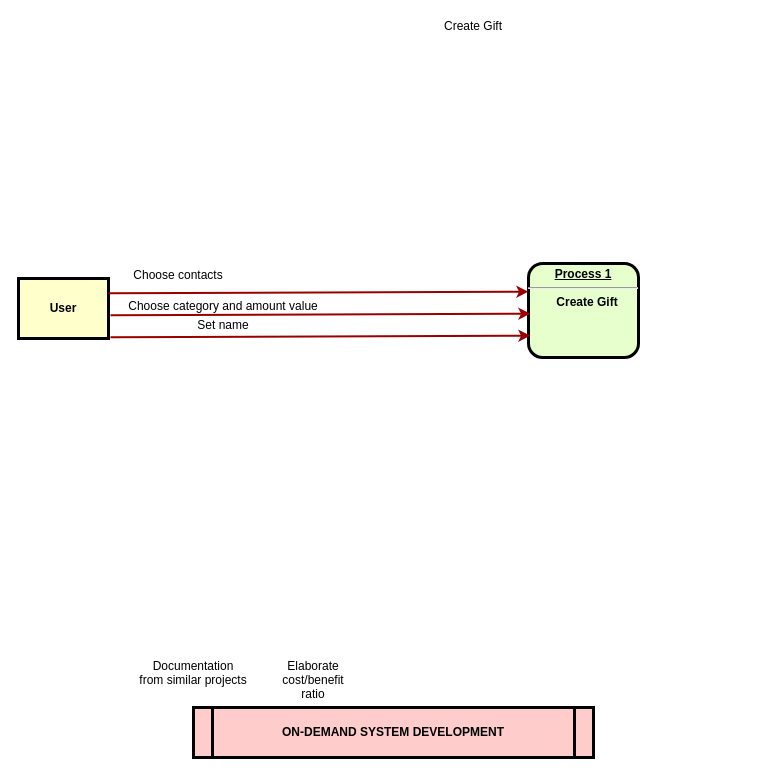
doaa517/Diagrams keeps this draw.io diagram as Untitled Diagram.drawio. Above is the earlier version. Source tidied: cells renumbered, new cells numbered last; positions are measured from the earlier drawing's top-left corner, leaving out a move shared by most shapes. Both pictures are drawn from the tidied source at 100%, with x=0, y=0 at pixel (18, 17).
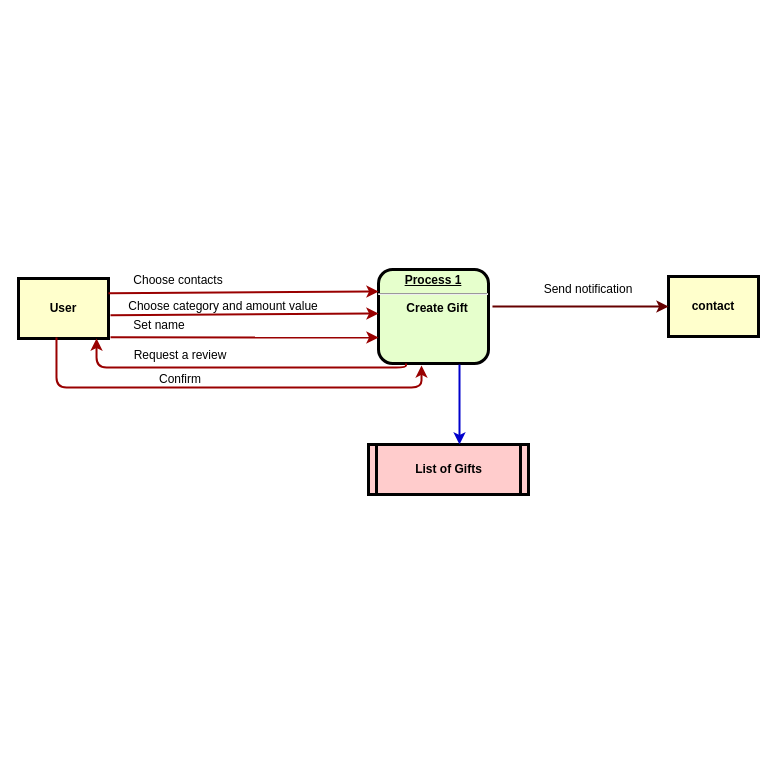
The same diagram, later.

Commit message:
DFD PAY_GIFT STC.drawio

Unchanged cells that the change refers to:
```xml
<mxCell id="3" value="User" style="whiteSpace=wrap;align=center;verticalAlign=middle;fontStyle=1;strokeWidth=3;fillColor=#FFFFCC;" parent="1" vertex="1">
  <mxGeometry y="261" width="90" height="60" as="geometry" />
</mxCell>
```

The edit, as a diff of the source:
```diff
@@
     <mxCell id="2" value="&lt;p style=&quot;margin: 0px; margin-top: 4px; text-align: center; text-decoration: underline;&quot;&gt;&lt;strong&gt;Process 1&lt;br&gt;&lt;/strong&gt;&lt;/p&gt;&lt;hr&gt;&lt;p style=&quot;margin: 0px; margin-left: 8px;&quot;&gt;Create Gift&lt;br&gt;&lt;/p&gt;" style="verticalAlign=middle;align=center;overflow=fill;fontSize=12;fontFamily=Helvetica;html=1;rounded=1;fontStyle=1;strokeWidth=3;fillColor=#E6FFCC;" parent="1" vertex="1">
-      <mxGeometry x="510" y="246" width="110" height="94" as="geometry" />
+      <mxGeometry x="360" y="252" width="110" height="94" as="geometry" />
     </mxCell>
@@
-    <mxCell id="4" value="ON-DEMAND SYSTEM DEVELOPMENT" style="shape=process;whiteSpace=wrap;align=center;verticalAlign=middle;size=0.0475;fontStyle=1;strokeWidth=3;fillColor=#FFCCCC;" parent="1" vertex="1">
-      <mxGeometry x="175" y="690" width="400" height="50" as="geometry" />
+    <mxCell id="4" value="List of Gifts" style="shape=process;whiteSpace=wrap;align=center;verticalAlign=middle;size=0.0475;fontStyle=1;strokeWidth=3;fillColor=#FFCCCC;" parent="1" vertex="1">
+      <mxGeometry x="350" y="427" width="160" height="50" as="geometry" />
     </mxCell>
     <mxCell id="5" style="edgeStyle=none;noEdgeStyle=1;strokeColor=#990000;strokeWidth=2;" parent="1" edge="1">
       <mxGeometry relative="1" as="geometry">
         <mxPoint x="90" y="275.8" as="sourcePoint" />
-        <mxPoint x="510" y="274.2" as="targetPoint" />
+        <mxPoint x="360" y="274" as="targetPoint" />
       </mxGeometry>
     </mxCell>
     <mxCell id="6" value="Choose contacts" style="text;spacingTop=-5;align=center;" parent="1" vertex="1">
-      <mxGeometry x="145" y="249" width="30" height="20" as="geometry" />
+      <mxGeometry x="145" y="254" width="30" height="20" as="geometry" />
     </mxCell>
-    <mxCell id="7" value="Documentation&#10;from similar projects" style="text;spacingTop=-5;align=center;" parent="1" vertex="1">
-      <mxGeometry x="160" y="640" width="30" height="20" as="geometry" />
-    </mxCell>
-    <mxCell id="8" value="Elaborate&#10;cost/benefit&#10;ratio" style="text;spacingTop=-5;align=center;" parent="1" vertex="1">
-      <mxGeometry x="280" y="640" width="30" height="20" as="geometry" />
-    </mxCell>
-    <mxCell id="9" value="Create Gift" style="text;spacingTop=-5;align=center;" parent="1" vertex="1">
-      <mxGeometry x="440" width="30" height="20" as="geometry" />
-    </mxCell>
     <mxCell id="10" style="edgeStyle=none;noEdgeStyle=1;strokeColor=#990000;strokeWidth=2;" parent="1" edge="1">
       <mxGeometry relative="1" as="geometry">
         <mxPoint x="92" y="297.8" as="sourcePoint" />
-        <mxPoint x="512" y="296.2" as="targetPoint" />
+        <mxPoint x="360" y="296" as="targetPoint" />
       </mxGeometry>
     </mxCell>
@@
     <mxCell id="12" style="edgeStyle=none;noEdgeStyle=1;strokeColor=#990000;strokeWidth=2;" parent="1" edge="1">
       <mxGeometry relative="1" as="geometry">
         <mxPoint x="92" y="319.8" as="sourcePoint" />
-        <mxPoint x="512" y="318.2" as="targetPoint" />
+        <mxPoint x="360" y="320" as="targetPoint" />
       </mxGeometry>
     </mxCell>
     <mxCell id="13" value="Set name" style="text;html=1;strokeColor=none;fillColor=none;align=center;verticalAlign=middle;whiteSpace=wrap;rounded=0;" parent="1" vertex="1">
-      <mxGeometry x="100" y="293" width="210" height="30" as="geometry" />
+      <mxGeometry x="36" y="293" width="210" height="30" as="geometry" />
     </mxCell>
+    <mxCell id="14" style="edgeStyle=elbowEdgeStyle;strokeColor=#990000;strokeWidth=2;elbow=vertical;entryX=0.867;entryY=1;entryDx=0;entryDy=0;entryPerimeter=0;exitX=0.25;exitY=1;exitDx=0;exitDy=0;" parent="1" edge="1" source="2" target="3">
+      <mxGeometry relative="1" as="geometry">
+        <Array as="points">
+          <mxPoint x="230" y="350" />
+        </Array>
+      </mxGeometry>
+    </mxCell>
+    <mxCell id="15" value="Request a review" style="text;html=1;strokeColor=none;fillColor=none;align=center;verticalAlign=middle;whiteSpace=wrap;rounded=0;" parent="1" vertex="1">
+      <mxGeometry x="77" y="323" width="170" height="30" as="geometry" />
+    </mxCell>
+    <mxCell id="16" style="edgeStyle=elbowEdgeStyle;strokeColor=#990000;strokeWidth=2;exitX=0.422;exitY=0.983;exitDx=0;exitDy=0;exitPerimeter=0;entryX=0.391;entryY=1.021;entryDx=0;entryDy=0;elbow=vertical;entryPerimeter=0;" parent="1" edge="1" source="3" target="2">
+      <mxGeometry relative="1" as="geometry">
+        <Array as="points">
+          <mxPoint x="310" y="370" />
+        </Array>
+      </mxGeometry>
+    </mxCell>
+    <mxCell id="17" value="Confirm " style="text;html=1;strokeColor=none;fillColor=none;align=center;verticalAlign=middle;whiteSpace=wrap;rounded=0;" parent="1" vertex="1">
+      <mxGeometry x="77" y="347" width="170" height="30" as="geometry" />
+    </mxCell>
+    <mxCell id="18" style="endArrow=classic;html=1;rounded=0;elbow=vertical;exitX=0.5;exitY=1;exitDx=0;exitDy=0;entryX=0.5;entryY=0;entryDx=0;entryDy=0;strokeWidth=2;strokeColor=#0000CC;" parent="1" edge="1">
+      <mxGeometry relative="1" as="geometry">
+        <mxPoint x="441" y="347" as="sourcePoint" />
+        <mxPoint x="441" y="427" as="targetPoint" />
+      </mxGeometry>
+    </mxCell>
+    <mxCell id="19" value="contact" style="whiteSpace=wrap;align=center;verticalAlign=middle;fontStyle=1;strokeWidth=3;fillColor=#FFFFCC;" parent="1" vertex="1">
+      <mxGeometry x="650" y="259" width="90" height="60" as="geometry" />
+    </mxCell>
+    <mxCell id="20" style="endArrow=classic;html=1;rounded=0;strokeColor=#660000;strokeWidth=2;elbow=vertical;exitX=1.036;exitY=0.394;exitDx=0;exitDy=0;exitPerimeter=0;entryX=0;entryY=0.5;entryDx=0;entryDy=0;" parent="1" edge="1" source="2" target="19">
+      <mxGeometry relative="1" as="geometry" />
+    </mxCell>
+    <mxCell id="21" value="Send notification" style="text;html=1;strokeColor=none;fillColor=none;align=center;verticalAlign=middle;whiteSpace=wrap;rounded=0;" parent="1" vertex="1">
+      <mxGeometry x="520" y="257" width="100" height="30" as="geometry" />
+    </mxCell>
```
